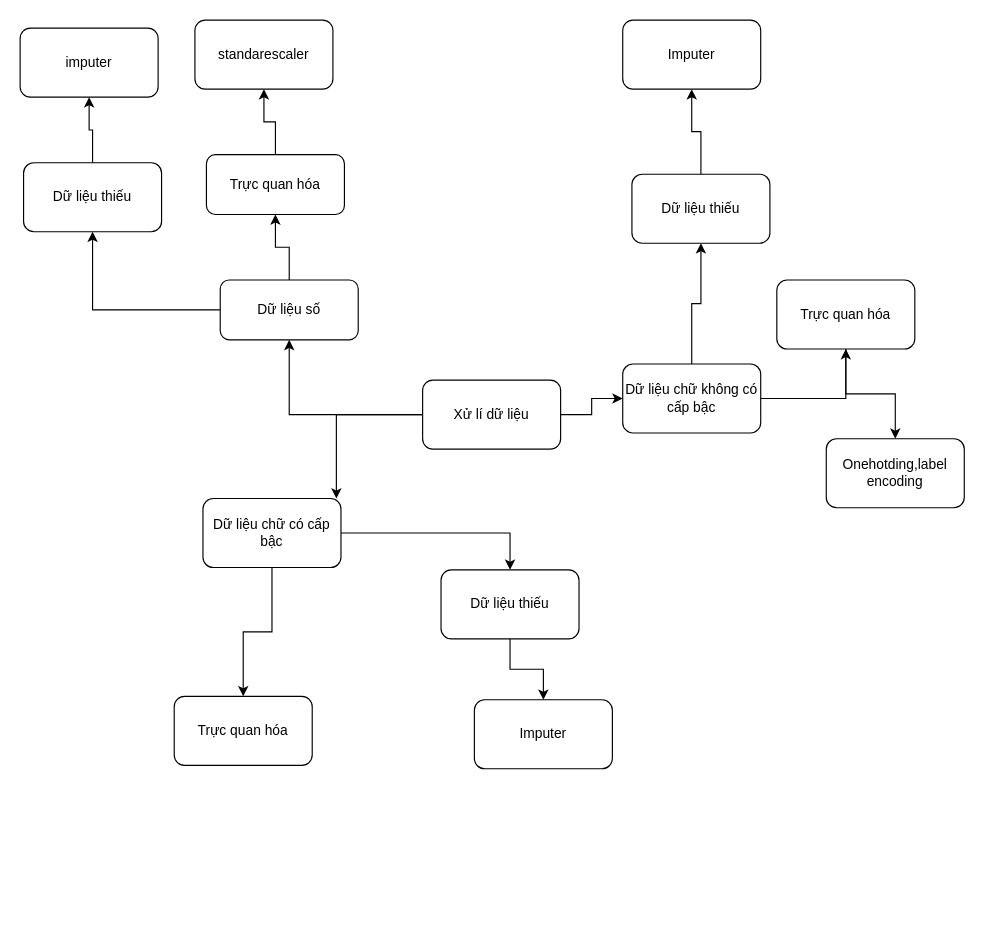
The draw.io diagram page "xử lí dữ liệu" (3 of 4) of introduce_project.drawio in NgocHai2004/Predict_Writing_Score, before the edit. Source tidied: cells renumbered, new cells numbered last; positions are measured from the earlier drawing's top-left corner, leaving out a move shared by most shapes. Both pictures are drawn from the tidied source at 115%, with x=0, y=0 at pixel (20, 20).
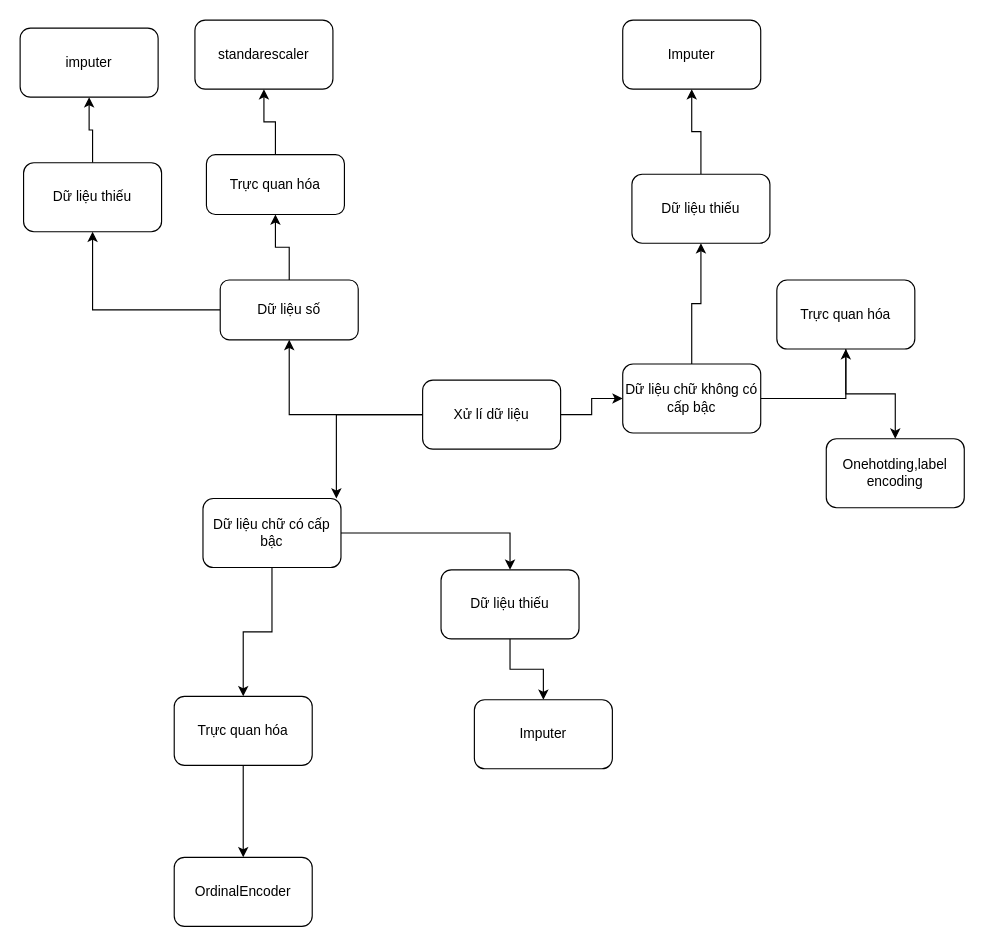
The same page after the edit.

Unchanged cells that the change refers to:
```xml
<mxCell id="25" value="Trực quan hóa" style="rounded=1;whiteSpace=wrap;html=1;" parent="1" vertex="1">
  <mxGeometry x="134" y="588" width="120" height="60" as="geometry" />
</mxCell>
```

Change to the diagram source:
```diff
@@
+    <mxCell id="31" style="edgeStyle=orthogonalEdgeStyle;rounded=0;jettySize=auto;html=1;" parent="1" edge="1" source="25" target="32">
+      <mxGeometry relative="1" as="geometry" />
+    </mxCell>
@@
+    <mxCell id="32" value="OrdinalEncoder" style="whiteSpace=wrap;html=1;rounded=1;" parent="1" vertex="1">
+      <mxGeometry x="134" y="728" width="120" height="60" as="geometry" />
+    </mxCell>
```
